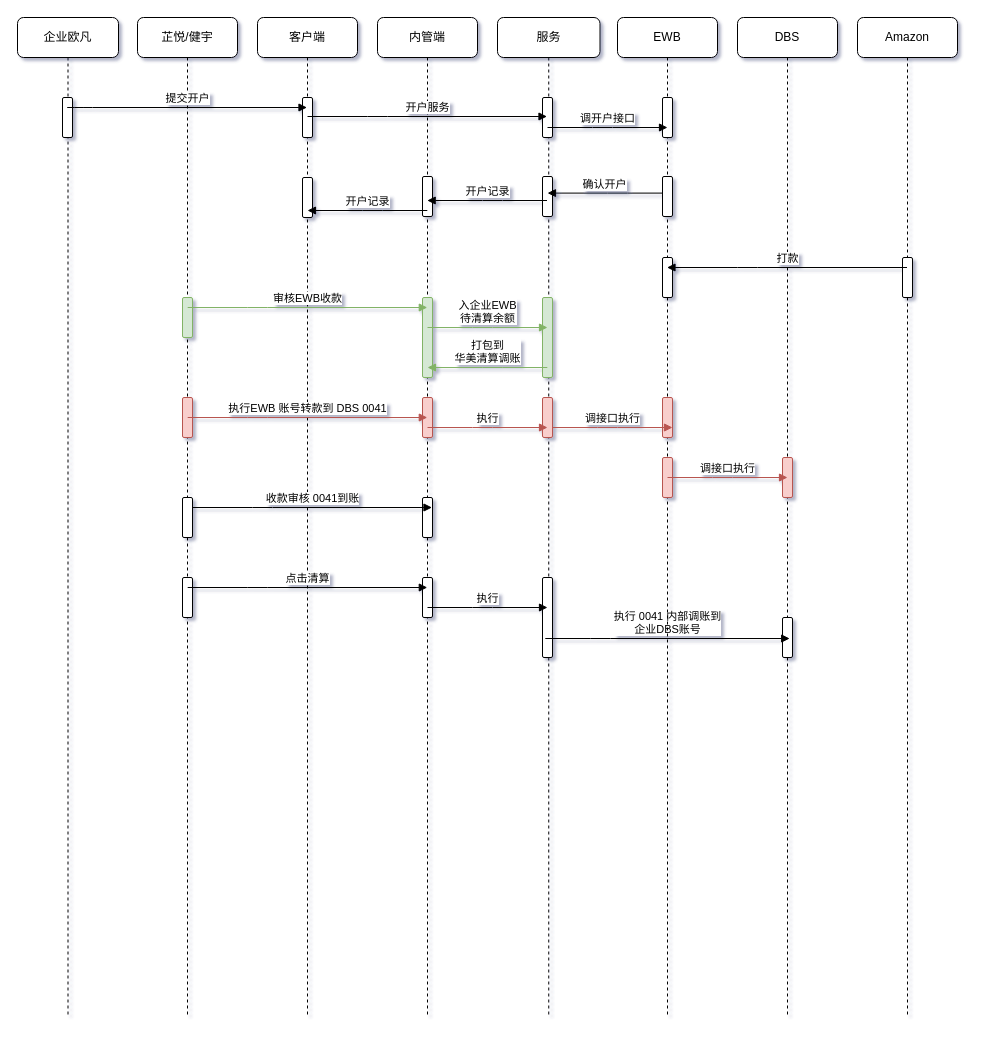
The draw.io diagram demo/EWB清算流程.drawio in 0573xieguojia/To-program, before the edit. Source tidied: cells renumbered, new cells numbered last; positions are measured from the earlier drawing's top-left corner, leaving out a move shared by most shapes. Both pictures are drawn from the tidied source at 100%, with x=0, y=0 at pixel (17, 17).
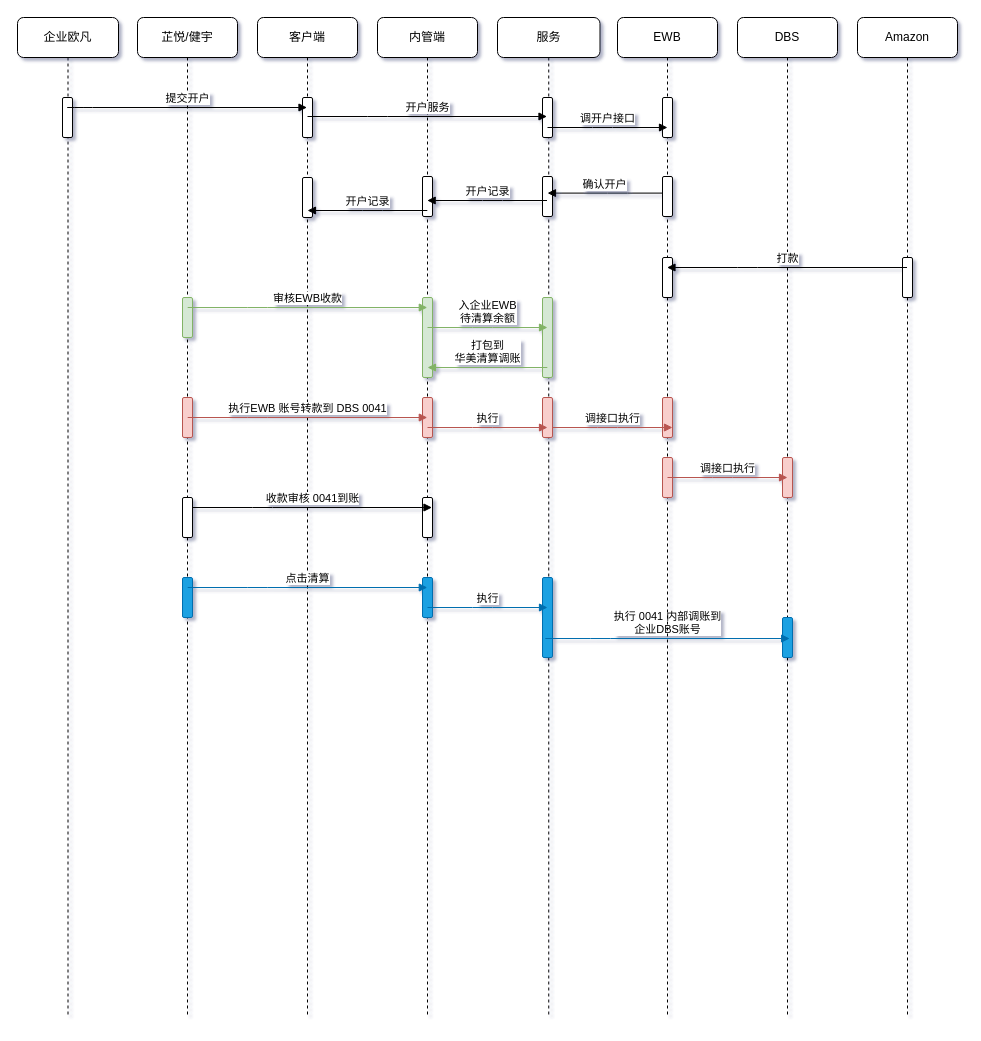
Above is the later version.

Commit message (it also covers changes not shown here):
更新EWB清算流程.drawio

The change refers to these unchanged cells:
```xml
<mxCell id="18" value="服务" style="shape=umlLifeline;perimeter=lifelinePerimeter;whiteSpace=wrap;html=1;newEdgeStyle={&quot;edgeStyle&quot;:&quot;elbowEdgeStyle&quot;,&quot;elbow&quot;:&quot;vertical&quot;,&quot;curved&quot;:0,&quot;rounded&quot;:0};rounded=1;" parent="1" vertex="1">
  <mxGeometry x="480" width="102.5" height="1000" as="geometry" />
</mxCell>
```

Change to the diagram source:
```diff
@@
-    <mxCell id="23" style="html=1;perimeter=orthogonalPerimeter;targetShapes=umlLifeline;newEdgeStyle={&quot;edgeStyle&quot;:&quot;elbowEdgeStyle&quot;,&quot;elbow&quot;:&quot;vertical&quot;,&quot;curved&quot;:0,&quot;rounded&quot;:0};rounded=1;" parent="18" vertex="1">
+    <mxCell id="23" style="html=1;perimeter=orthogonalPerimeter;targetShapes=umlLifeline;newEdgeStyle={&quot;edgeStyle&quot;:&quot;elbowEdgeStyle&quot;,&quot;elbow&quot;:&quot;vertical&quot;,&quot;curved&quot;:0,&quot;rounded&quot;:0};rounded=1;fillColor=#1ba1e2;strokeColor=#006EAF;fontColor=#ffffff;" parent="18" vertex="1">
       <mxGeometry x="-75" y="560" width="10" height="40" as="geometry" />
     </mxCell>
-    <mxCell id="24" style="html=1;perimeter=orthogonalPerimeter;targetShapes=umlLifeline;newEdgeStyle={&quot;edgeStyle&quot;:&quot;elbowEdgeStyle&quot;,&quot;elbow&quot;:&quot;vertical&quot;,&quot;curved&quot;:0,&quot;rounded&quot;:0};rounded=1;" parent="18" vertex="1">
+    <mxCell id="24" style="html=1;perimeter=orthogonalPerimeter;targetShapes=umlLifeline;newEdgeStyle={&quot;edgeStyle&quot;:&quot;elbowEdgeStyle&quot;,&quot;elbow&quot;:&quot;vertical&quot;,&quot;curved&quot;:0,&quot;rounded&quot;:0};rounded=1;fillColor=#1ba1e2;strokeColor=#006EAF;fontColor=#ffffff;" parent="18" vertex="1">
       <mxGeometry x="45" y="560" width="10" height="80" as="geometry" />
     </mxCell>
-    <mxCell id="25" style="html=1;perimeter=orthogonalPerimeter;targetShapes=umlLifeline;newEdgeStyle={&quot;edgeStyle&quot;:&quot;elbowEdgeStyle&quot;,&quot;elbow&quot;:&quot;vertical&quot;,&quot;curved&quot;:0,&quot;rounded&quot;:0};rounded=1;" parent="18" vertex="1">
+    <mxCell id="25" style="html=1;perimeter=orthogonalPerimeter;targetShapes=umlLifeline;newEdgeStyle={&quot;edgeStyle&quot;:&quot;elbowEdgeStyle&quot;,&quot;elbow&quot;:&quot;vertical&quot;,&quot;curved&quot;:0,&quot;rounded&quot;:0};rounded=1;fillColor=#1ba1e2;strokeColor=#006EAF;fontColor=#ffffff;" parent="18" vertex="1">
       <mxGeometry x="285" y="600" width="10" height="40" as="geometry" />
     </mxCell>
-    <mxCell id="26" style="html=1;perimeter=orthogonalPerimeter;targetShapes=umlLifeline;newEdgeStyle={&quot;edgeStyle&quot;:&quot;elbowEdgeStyle&quot;,&quot;elbow&quot;:&quot;vertical&quot;,&quot;curved&quot;:0,&quot;rounded&quot;:0};rounded=1;" parent="18" vertex="1">
+    <mxCell id="26" style="html=1;perimeter=orthogonalPerimeter;targetShapes=umlLifeline;newEdgeStyle={&quot;edgeStyle&quot;:&quot;elbowEdgeStyle&quot;,&quot;elbow&quot;:&quot;vertical&quot;,&quot;curved&quot;:0,&quot;rounded&quot;:0};rounded=1;fillColor=#1ba1e2;strokeColor=#006EAF;fontColor=#ffffff;" parent="18" vertex="1">
       <mxGeometry x="-315" y="560" width="10" height="40" as="geometry" />
     </mxCell>
-    <mxCell id="27" value="点击清算" style="html=1;verticalAlign=bottom;endArrow=block;edgeStyle=elbowEdgeStyle;elbow=vertical;curved=0;rounded=1;" parent="18" edge="1">
+    <mxCell id="27" value="点击清算" style="html=1;verticalAlign=bottom;endArrow=block;edgeStyle=elbowEdgeStyle;elbow=vertical;curved=0;rounded=1;fillColor=#1ba1e2;strokeColor=#006EAF;" parent="18" edge="1">
       <mxGeometry relative="1" as="geometry">
         <mxPoint x="-309.8" y="570" as="sourcePoint" />
         <mxPoint x="-70.2" y="570" as="targetPoint" />
         <Array as="points">
           <mxPoint x="-239.8" y="570" />
         </Array>
       </mxGeometry>
     </mxCell>
-    <mxCell id="28" value="执行" style="html=1;verticalAlign=bottom;endArrow=block;edgeStyle=elbowEdgeStyle;elbow=vertical;curved=0;rounded=1;" parent="18" edge="1">
+    <mxCell id="28" value="执行" style="html=1;verticalAlign=bottom;endArrow=block;edgeStyle=elbowEdgeStyle;elbow=vertical;curved=0;rounded=1;fillColor=#1ba1e2;strokeColor=#006EAF;" parent="18" edge="1">
       <mxGeometry relative="1" as="geometry">
         <mxPoint x="-70" y="590" as="sourcePoint" />
         <mxPoint x="50" y="590" as="targetPoint" />
         <Array as="points">
           <mxPoint x="-15" y="590" />
         </Array>
       </mxGeometry>
     </mxCell>
-    <mxCell id="29" value="执行 0041 内部调账到 &lt;br&gt;企业DBS账号" style="html=1;verticalAlign=bottom;endArrow=block;edgeStyle=elbowEdgeStyle;elbow=vertical;curved=0;rounded=1;" parent="18" edge="1">
+    <mxCell id="29" value="执行 0041 内部调账到 &lt;br&gt;企业DBS账号" style="html=1;verticalAlign=bottom;endArrow=block;edgeStyle=elbowEdgeStyle;elbow=vertical;curved=0;rounded=1;fillColor=#1ba1e2;strokeColor=#006EAF;" parent="18" edge="1">
       <mxGeometry relative="1" as="geometry">
         <mxPoint x="47.8" y="621" as="sourcePoint" />
         <mxPoint x="292.2" y="621" as="targetPoint" />
         <Array as="points">
           <mxPoint x="102.8" y="621" />
         </Array>
       </mxGeometry>
     </mxCell>
```
